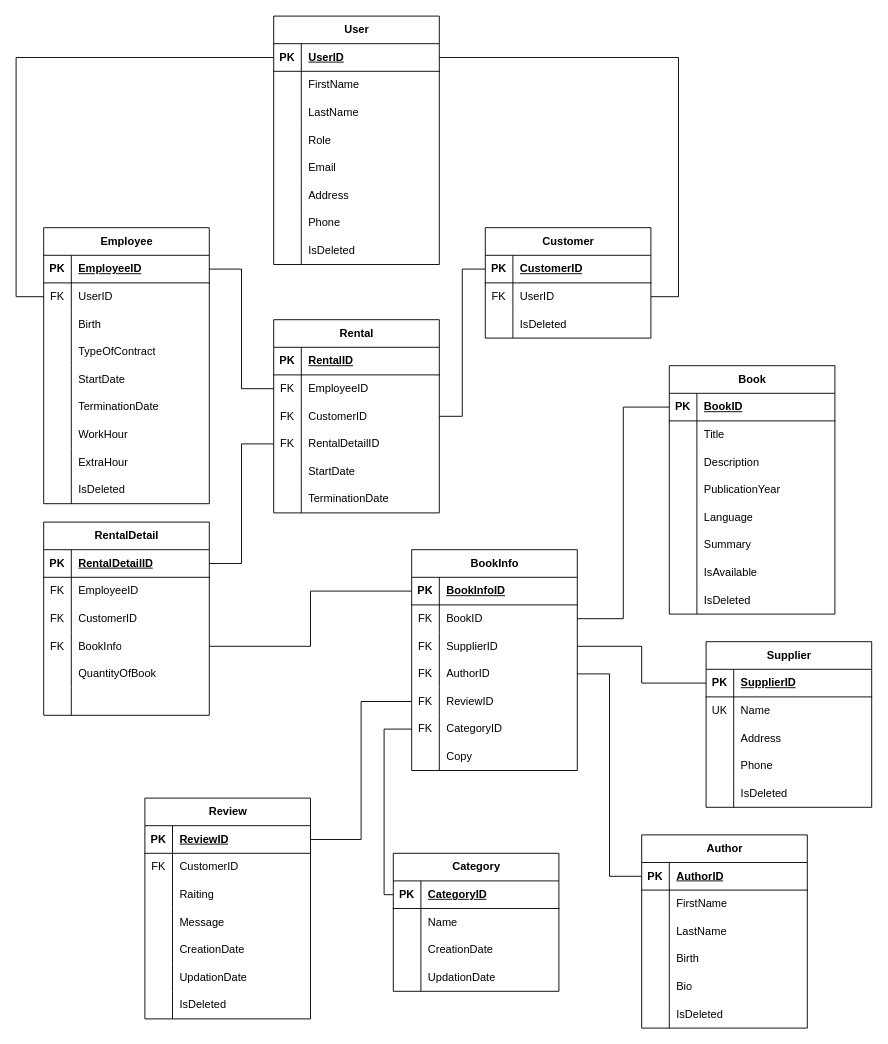
The draw.io diagram SteveJobs/DATA-MANAGEMENT/Biblioteca/biblioteca_diagramma_er.dio in DavideDamico/ITS-Steve-Jobs, before the edit. Source tidied: cells renumbered, new cells numbered last; positions are measured from the earlier drawing's top-left corner, leaving out a move shared by most shapes. Both pictures are drawn from the tidied source at 92%, with x=0, y=0 at pixel (16, 16).
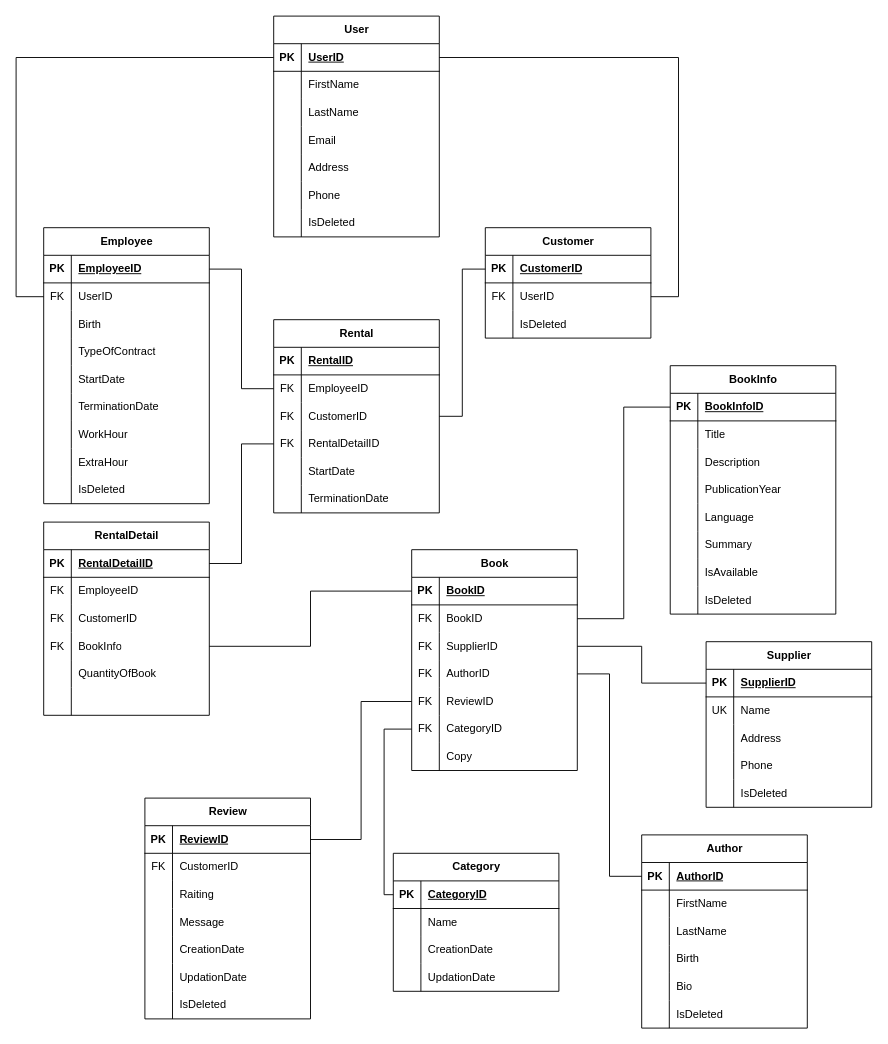
The same page after the edit.

Commit message:
Modifica biblioteca ER

Unchanged cells that the change refers to:
```xml
<mxCell id="120" style="shape=tableRow;horizontal=0;startSize=0;swimlaneHead=0;swimlaneBody=0;fillColor=none;points=[[0,0.5],[1,0.5]];portConstraint=eastwest;top=0;left=0;right=0;bottom=1;" parent="119" vertex="1">
  <mxGeometry y="30" width="180" height="30" as="geometry" />
</mxCell>
<mxCell id="145" style="shape=tableRow;horizontal=0;startSize=0;swimlaneHead=0;swimlaneBody=0;fillColor=none;points=[[0,0.5],[1,0.5]];portConstraint=eastwest;top=0;left=0;right=0;bottom=1;" parent="144" vertex="1">
  <mxGeometry y="30" width="180" height="30" as="geometry" />
</mxCell>
```

Diff of the diagram source:
```diff
@@
     <mxCell id="2" value="User" style="shape=table;startSize=30;childLayout=tableLayout;rowLines=0;fontStyle=1;align=center;html=1;" parent="1" vertex="1">
-      <mxGeometry x="280" width="180" height="270" as="geometry" />
+      <mxGeometry x="280" width="180" height="240" as="geometry" />
     </mxCell>
@@
-    <mxCell id="12" style="shape=tableRow;horizontal=0;startSize=0;swimlaneHead=0;swimlaneBody=0;fillColor=none;top=0;left=0;right=0;bottom=0;" parent="2" vertex="1">
-      <mxGeometry y="120" width="180" height="30" as="geometry" />
-    </mxCell>
-    <mxCell id="13" style="shape=partialRectangle;fillColor=none;top=0;left=0;bottom=0;right=0;overflow=hidden;whiteSpace=wrap;html=1;" parent="12" vertex="1">
-      <mxGeometry width="30" height="30" as="geometry" />
-    </mxCell>
-    <mxCell id="14" value="Role" style="shape=partialRectangle;fillColor=none;top=0;left=0;bottom=0;right=0;align=left;spacingLeft=6;overflow=hidden;whiteSpace=wrap;html=1;" parent="12" vertex="1">
-      <mxGeometry x="30" width="150" height="30" as="geometry" />
-    </mxCell>
     <mxCell id="15" style="shape=tableRow;horizontal=0;startSize=0;swimlaneHead=0;swimlaneBody=0;fillColor=none;top=0;left=0;right=0;bottom=0;" parent="2" vertex="1">
-      <mxGeometry y="150" width="180" height="30" as="geometry" />
+      <mxGeometry y="120" width="180" height="30" as="geometry" />
     </mxCell>
@@
     <mxCell id="18" style="shape=tableRow;horizontal=0;startSize=0;swimlaneHead=0;swimlaneBody=0;fillColor=none;top=0;left=0;right=0;bottom=0;" parent="2" vertex="1">
-      <mxGeometry y="180" width="180" height="30" as="geometry" />
+      <mxGeometry y="150" width="180" height="30" as="geometry" />
     </mxCell>
@@
     <mxCell id="21" style="shape=tableRow;horizontal=0;startSize=0;swimlaneHead=0;swimlaneBody=0;fillColor=none;top=0;left=0;right=0;bottom=0;" parent="2" vertex="1">
-      <mxGeometry y="210" width="180" height="30" as="geometry" />
+      <mxGeometry y="180" width="180" height="30" as="geometry" />
     </mxCell>
@@
     <mxCell id="24" style="shape=tableRow;horizontal=0;startSize=0;swimlaneHead=0;swimlaneBody=0;fillColor=none;top=0;left=0;right=0;bottom=0;" parent="2" vertex="1">
-      <mxGeometry y="240" width="180" height="30" as="geometry" />
+      <mxGeometry y="210" width="180" height="30" as="geometry" />
     </mxCell>
@@
-    <mxCell id="119" value="Book" style="shape=table;startSize=30;childLayout=tableLayout;rowLines=0;fontStyle=1;align=center;html=1;" parent="1" vertex="1">
-      <mxGeometry x="710" y="380" width="180" height="270" as="geometry" />
+    <mxCell id="119" value="BookInfo" style="shape=table;startSize=30;childLayout=tableLayout;rowLines=0;fontStyle=1;align=center;html=1;" parent="1" vertex="1">
+      <mxGeometry x="711" y="380" width="180" height="270" as="geometry" />
     </mxCell>
@@
-    <mxCell id="122" value="BookID" style="shape=partialRectangle;fillColor=none;top=0;left=0;bottom=0;right=0;align=left;spacingLeft=6;fontStyle=5;overflow=hidden;whiteSpace=wrap;html=1;" parent="120" vertex="1">
+    <mxCell id="122" value="BookInfoID" style="shape=partialRectangle;fillColor=none;top=0;left=0;bottom=0;right=0;align=left;spacingLeft=6;fontStyle=5;overflow=hidden;whiteSpace=wrap;html=1;" parent="120" vertex="1">
       <mxGeometry x="30" width="150" height="30" as="geometry" />
     </mxCell>
@@
-    <mxCell id="144" value="BookInfo" style="shape=table;startSize=30;childLayout=tableLayout;rowLines=0;fontStyle=1;align=center;html=1;" parent="1" vertex="1">
+    <mxCell id="144" value="Book" style="shape=table;startSize=30;childLayout=tableLayout;rowLines=0;fontStyle=1;align=center;html=1;" parent="1" vertex="1">
       <mxGeometry x="430" y="580" width="180" height="240" as="geometry" />
     </mxCell>
@@
-    <mxCell id="147" value="BookInfoID" style="shape=partialRectangle;fillColor=none;top=0;left=0;bottom=0;right=0;align=left;spacingLeft=6;fontStyle=5;overflow=hidden;whiteSpace=wrap;html=1;" parent="145" vertex="1">
+    <mxCell id="147" value="BookID" style="shape=partialRectangle;fillColor=none;top=0;left=0;bottom=0;right=0;align=left;spacingLeft=6;fontStyle=5;overflow=hidden;whiteSpace=wrap;html=1;" parent="145" vertex="1">
       <mxGeometry x="30" width="150" height="30" as="geometry" />
     </mxCell>
```
